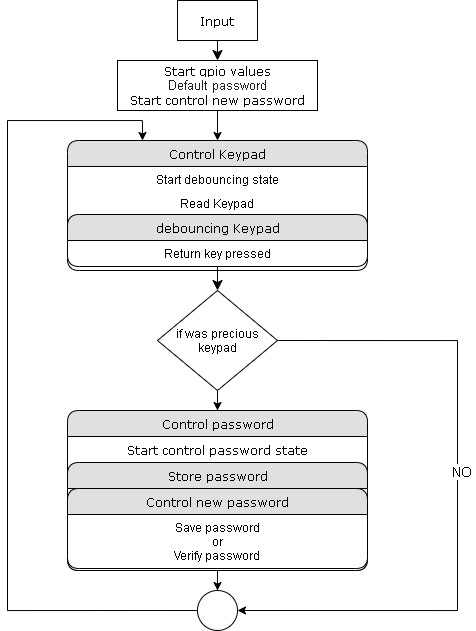
Above: Safe_Look_Diagram.png in Immaczx/Safe_Loock_FREERTOS (draw.io), before the change. Source tidied: cells renumbered, new cells last; positions are measured from the earlier drawing's top-left corner, leaving out a move shared by most shapes.
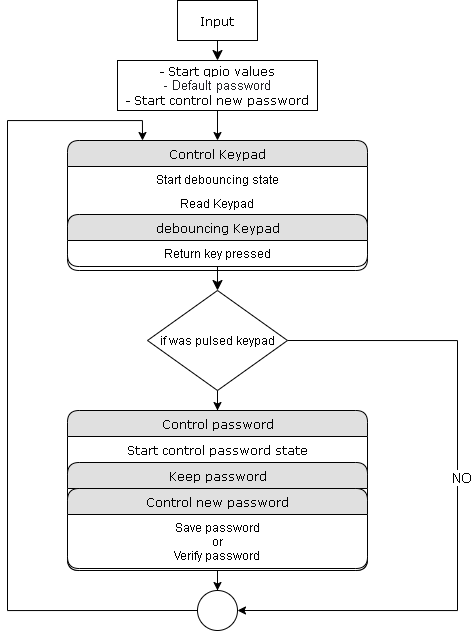
Above is the later version.

What changed in the source:
```diff
@@ -40,7 +40,7 @@
     <mxCell id="13" value="&lt;span style=&quot;font-family: &amp;#34;verdana&amp;#34;&quot;&gt;Start control password state&lt;/span&gt;" style="text;html=1;strokeColor=none;fillColor=none;spacingLeft=4;spacingRight=4;whiteSpace=wrap;overflow=hidden;align=center;" parent="12" vertex="1">
       <mxGeometry y="26" width="300" height="26" as="geometry" />
     </mxCell>
-    <mxCell id="14" value="Store password" style="swimlane;html=1;fontStyle=0;horizontal=1;startSize=26;fillColor=#e0e0e0;swimlaneFillColor=#ffffff;align=center;rounded=1;shadow=0;comic=0;labelBackgroundColor=none;strokeWidth=1;fontFamily=Verdana;fontSize=12;" parent="12" vertex="1">
+    <mxCell id="14" value="Keep password" style="swimlane;html=1;fontStyle=0;horizontal=1;startSize=26;fillColor=#e0e0e0;swimlaneFillColor=#ffffff;align=center;rounded=1;shadow=0;comic=0;labelBackgroundColor=none;strokeWidth=1;fontFamily=Verdana;fontSize=12;" parent="12" vertex="1">
       <mxGeometry y="52" width="300" height="108" as="geometry" />
     </mxCell>
     <mxCell id="15" value="Control new password" style="swimlane;html=1;fontStyle=0;horizontal=1;startSize=26;fillColor=#e0e0e0;swimlaneFillColor=#ffffff;align=center;rounded=1;shadow=0;comic=0;labelBackgroundColor=none;strokeWidth=1;fontFamily=Verdana;fontSize=12;" parent="14" vertex="1">
@@ -52,7 +52,7 @@
     <mxCell id="17" style="edgeStyle=orthogonalEdgeStyle;rounded=0;jettySize=auto;html=1;entryX=0.5;entryY=0;entryDx=0;entryDy=0;" parent="1" edge="1" source="18" target="4">
       <mxGeometry relative="1" as="geometry" />
     </mxCell>
-    <mxCell id="18" value="Start gpio values&lt;br&gt;&lt;span style=&quot;color: rgb(32 , 33 , 36) ; font-family: &amp;#34;roboto&amp;#34; , &amp;#34;arial&amp;#34; , sans-serif ; font-size: 13px ; text-align: left ; background-color: rgb(255 , 255 , 255)&quot;&gt;Default password&lt;/span&gt;&lt;br&gt;Start control new password" style="whiteSpace=wrap;html=1;rounded=0;shadow=0;comic=0;labelBackgroundColor=none;strokeWidth=1;fontFamily=Verdana;fontSize=12;align=center;" parent="1" vertex="1">
+    <mxCell id="18" value="- Start gpio values&lt;br&gt;&lt;span style=&quot;color: rgb(32 , 33 , 36) ; font-family: &amp;#34;roboto&amp;#34; , &amp;#34;arial&amp;#34; , sans-serif ; font-size: 13px ; text-align: left ; background-color: rgb(255 , 255 , 255)&quot;&gt;- Default password&lt;/span&gt;&lt;br&gt;- Start control new password" style="whiteSpace=wrap;html=1;rounded=0;shadow=0;comic=0;labelBackgroundColor=none;strokeWidth=1;fontFamily=Verdana;fontSize=12;align=center;" parent="1" vertex="1">
       <mxGeometry x="110" y="60" width="200" height="50" as="geometry" />
     </mxCell>
     <mxCell id="19" style="edgeStyle=orthogonalEdgeStyle;rounded=0;jettySize=auto;html=1;" parent="1" edge="1" source="22" target="12">
@@ -69,8 +69,8 @@
     <mxCell id="21" value="&lt;font style=&quot;font-size: 14px&quot;&gt;&amp;nbsp;NO&amp;nbsp;&lt;/font&gt;" style="edgeLabel;html=1;align=center;verticalAlign=middle;" parent="20" vertex="1">
       <mxGeometry x="-0.07" y="3" relative="1" as="geometry" />
     </mxCell>
-    <mxCell id="22" value="if&amp;nbsp;&lt;span&gt;was precious keypad&lt;/span&gt;" style="rhombus;whiteSpace=wrap;html=1;" parent="1" vertex="1">
-      <mxGeometry x="150" y="290" width="120" height="100" as="geometry" />
+    <mxCell id="22" value="if&amp;nbsp;&lt;span&gt;was pulsed keypad&lt;/span&gt;" style="rhombus;whiteSpace=wrap;html=1;" parent="1" vertex="1">
+      <mxGeometry x="140" y="290" width="140" height="100" as="geometry" />
     </mxCell>
     <mxCell id="23" style="edgeStyle=orthogonalEdgeStyle;rounded=0;jettySize=auto;html=1;entryX=0.25;entryY=0;entryDx=0;entryDy=0;exitX=0;exitY=0.5;exitDx=0;exitDy=0;" parent="1" edge="1" source="24" target="4">
       <mxGeometry relative="1" as="geometry">
```
